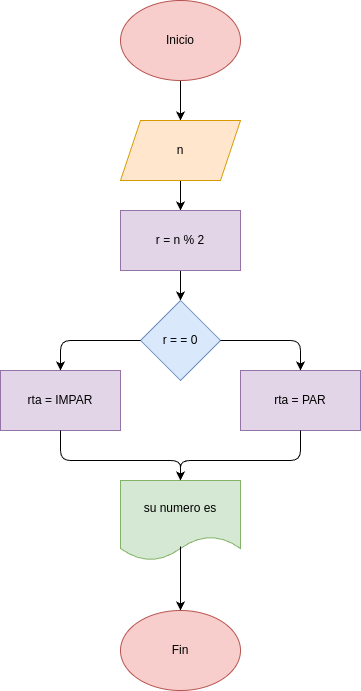
This is EJERCICIO_3/diagrama.png from michaelmorales-web/taller_condicionales, a draw.io export, as it was before one commit. Source tidied: cells renumbered, new cells last; positions are measured from the earlier drawing's top-left corner, leaving out a move shared by most shapes.
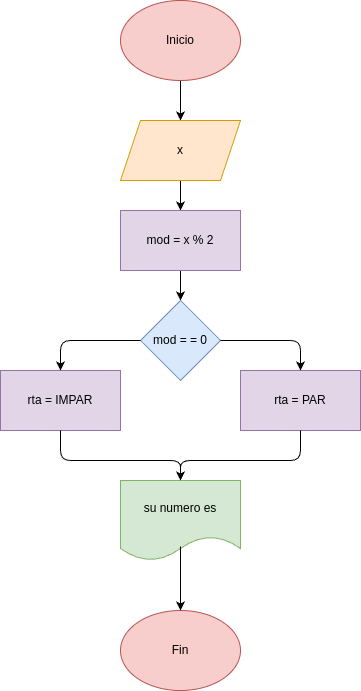
After the change.

Change to the diagram source:
```diff
@@ -11,16 +11,16 @@
     <mxCell id="4" style="edgeStyle=none;html=1;" parent="1" edge="1" source="5" target="7">
       <mxGeometry relative="1" as="geometry" />
     </mxCell>
-    <mxCell id="5" value="n" style="shape=parallelogram;perimeter=parallelogramPerimeter;whiteSpace=wrap;html=1;fixedSize=1;fillColor=#ffe6cc;strokeColor=#d79b00;" parent="1" vertex="1">
+    <mxCell id="5" value="x" style="shape=parallelogram;perimeter=parallelogramPerimeter;whiteSpace=wrap;html=1;fixedSize=1;fillColor=#ffe6cc;strokeColor=#d79b00;" parent="1" vertex="1">
       <mxGeometry x="120" y="120" width="120" height="60" as="geometry" />
     </mxCell>
     <mxCell id="6" style="edgeStyle=none;html=1;" parent="1" edge="1" source="7" target="8">
       <mxGeometry relative="1" as="geometry" />
     </mxCell>
-    <mxCell id="7" value="r = n % 2" style="whiteSpace=wrap;html=1;fillColor=#e1d5e7;strokeColor=#9673a6;" parent="1" vertex="1">
+    <mxCell id="7" value="mod = x % 2" style="whiteSpace=wrap;html=1;fillColor=#e1d5e7;strokeColor=#9673a6;" parent="1" vertex="1">
       <mxGeometry x="120" y="210" width="120" height="60" as="geometry" />
     </mxCell>
-    <mxCell id="8" value="r = = 0" style="rhombus;whiteSpace=wrap;html=1;fillColor=#dae8fc;strokeColor=#6c8ebf;" parent="1" vertex="1">
+    <mxCell id="8" value="mod = = 0" style="rhombus;whiteSpace=wrap;html=1;fillColor=#dae8fc;strokeColor=#6c8ebf;" parent="1" vertex="1">
       <mxGeometry x="140" y="300" width="80" height="80" as="geometry" />
     </mxCell>
     <mxCell id="9" value="rta = PAR" style="rounded=0;whiteSpace=wrap;html=1;fillColor=#e1d5e7;strokeColor=#9673a6;" parent="1" vertex="1">
```
